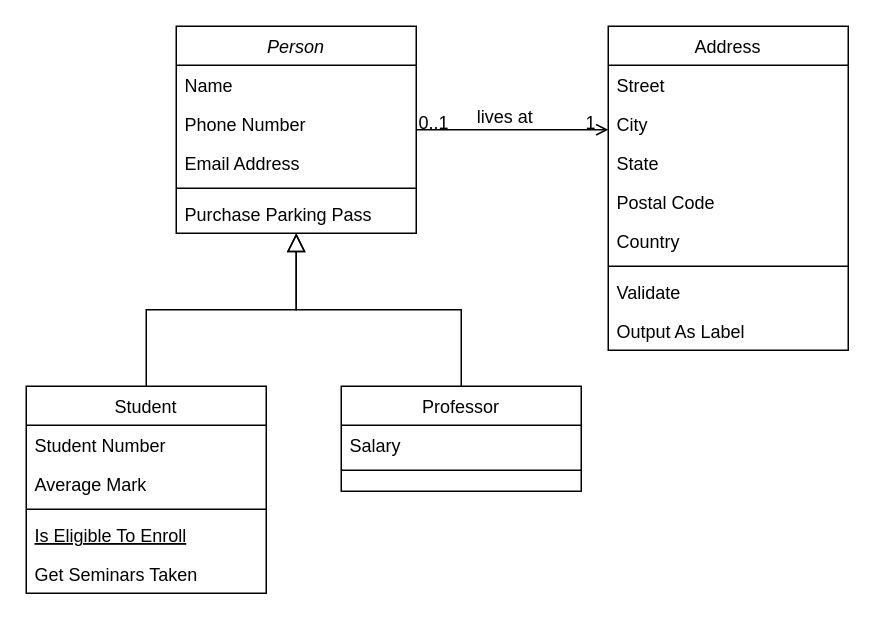
This is hotel_diagram.drawio from Jeremia1804/all_projects, a draw.io file, before an edit. Source tidied: cells renumbered, new cells numbered last; positions are measured from the earlier drawing's top-left corner, leaving out a move shared by most shapes. Both pictures are drawn from the tidied source at 150%, with x=0, y=0 at pixel (26, 26).
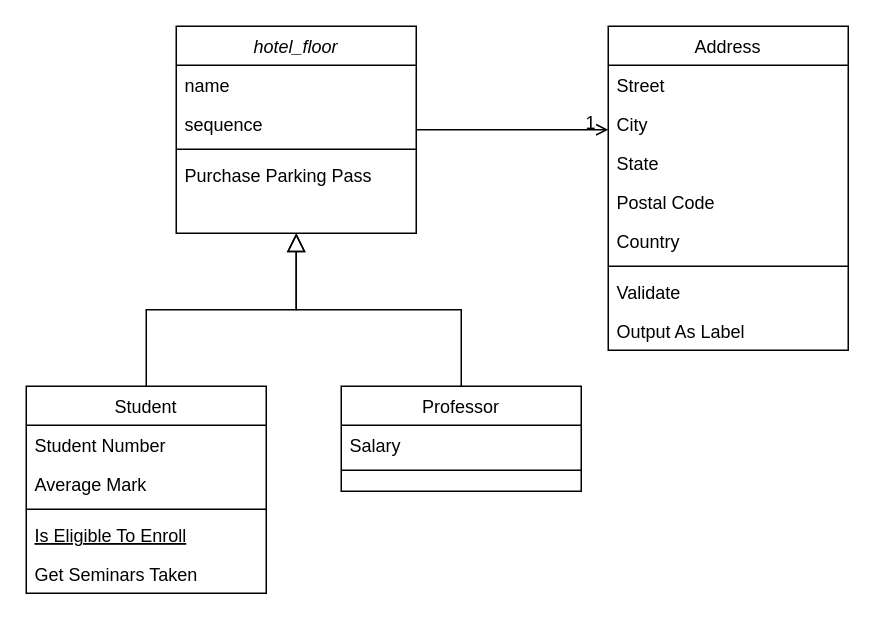
The same page after the edit.

Commit message (it also covers changes not shown here):
Mettre à jour hotel_diagram.drawio

Unchanged cells that the change refers to:
```xml
<mxCell id="28" style="endArrow=open;shadow=0;strokeWidth=1;rounded=0;curved=0;endFill=1;edgeStyle=elbowEdgeStyle;elbow=vertical;" parent="1" edge="1" source="2" target="19">
  <mxGeometry x="0.5" y="41" relative="1" as="geometry">
    <mxPoint x="-40" y="32" as="offset" />
  </mxGeometry>
</mxCell>
```

Change to the diagram source:
```diff
@@
-    <mxCell id="2" value="Person" style="swimlane;fontStyle=2;align=center;verticalAlign=top;horizontal=1;startSize=26;rounded=0;shadow=0;strokeWidth=1;" parent="1" vertex="1">
+    <mxCell id="2" value="hotel_floor" style="swimlane;fontStyle=2;align=center;verticalAlign=top;horizontal=1;startSize=26;rounded=0;shadow=0;strokeWidth=1;" parent="1" vertex="1">
       <mxGeometry x="100" width="160" height="138" as="geometry" />
     </mxCell>
-    <mxCell id="3" value="Name" style="text;align=left;verticalAlign=top;spacingLeft=4;spacingRight=4;overflow=hidden;" parent="2" vertex="1">
+    <mxCell id="3" value="name" style="text;align=left;verticalAlign=top;spacingLeft=4;spacingRight=4;overflow=hidden;" parent="2" vertex="1">
       <mxGeometry y="26" width="160" height="26" as="geometry" />
     </mxCell>
-    <mxCell id="4" value="Phone Number" style="text;align=left;verticalAlign=top;spacingLeft=4;spacingRight=4;overflow=hidden;rounded=0;shadow=0;html=0;" parent="2" vertex="1">
+    <mxCell id="4" value="sequence" style="text;align=left;verticalAlign=top;spacingLeft=4;spacingRight=4;overflow=hidden;rounded=0;shadow=0;html=0;" parent="2" vertex="1">
       <mxGeometry y="52" width="160" height="26" as="geometry" />
     </mxCell>
-    <mxCell id="5" value="Email Address" style="text;align=left;verticalAlign=top;spacingLeft=4;spacingRight=4;overflow=hidden;rounded=0;shadow=0;html=0;" parent="2" vertex="1">
-      <mxGeometry y="78" width="160" height="26" as="geometry" />
-    </mxCell>
     <mxCell id="6" style="line;html=1;strokeWidth=1;align=left;verticalAlign=middle;spacingTop=-1;spacingLeft=3;spacingRight=3;labelPosition=right;" parent="2" vertex="1">
-      <mxGeometry y="104" width="160" height="8" as="geometry" />
+      <mxGeometry y="78" width="160" height="8" as="geometry" />
     </mxCell>
     <mxCell id="7" value="Purchase Parking Pass" style="text;align=left;verticalAlign=top;spacingLeft=4;spacingRight=4;overflow=hidden;" parent="2" vertex="1">
-      <mxGeometry y="112" width="160" height="26" as="geometry" />
+      <mxGeometry y="86" width="160" height="26" as="geometry" />
     </mxCell>
@@
-    <mxCell id="29" value="0..1" style="align=left;verticalAlign=bottom;labelBackgroundColor=none;fontSize=12;" parent="28" vertex="1">
-      <mxGeometry x="-1" relative="1" as="geometry">
-        <mxPoint y="4" as="offset" />
-      </mxGeometry>
-    </mxCell>
@@
-    <mxCell id="31" value="lives at" style="text;html=1;align=center;verticalAlign=middle;labelBackgroundColor=none;rounded=0;shadow=0;strokeWidth=1;fontSize=12;" parent="28" vertex="1">
-      <mxGeometry x="0.5" y="49" relative="1" as="geometry">
-        <mxPoint x="-38" y="40" as="offset" />
-      </mxGeometry>
-    </mxCell>
```
